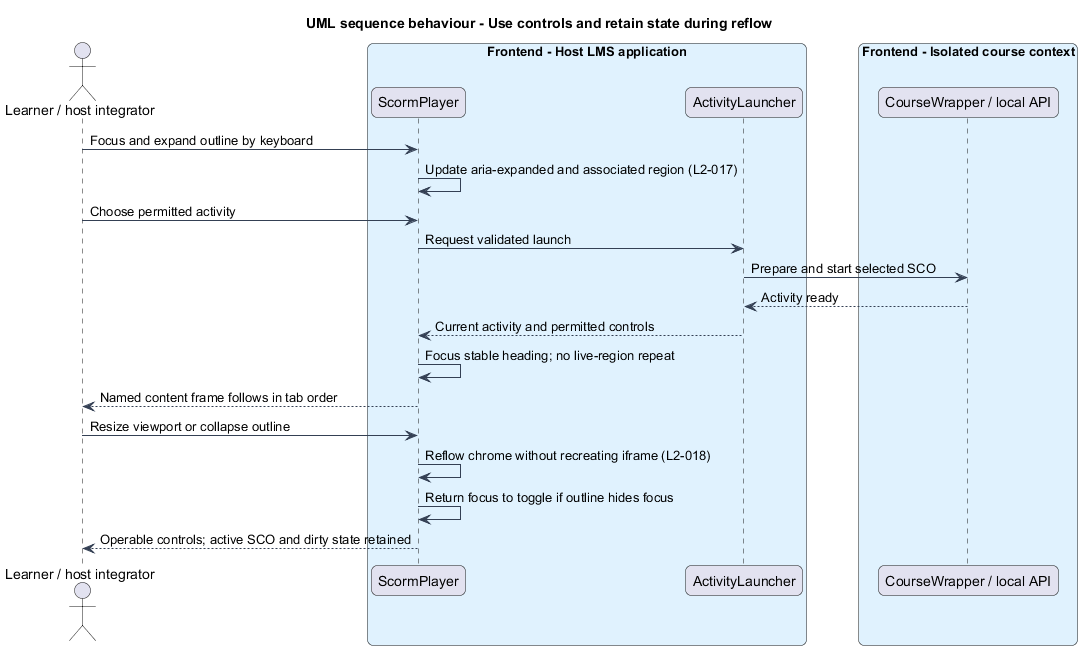
This is docs/detailed-designs/scorm-player/operate-player/diagrams/sequence-keyboard.png from QuinntyneBrown/Tessera, a PlantUML export, as it was before one commit.
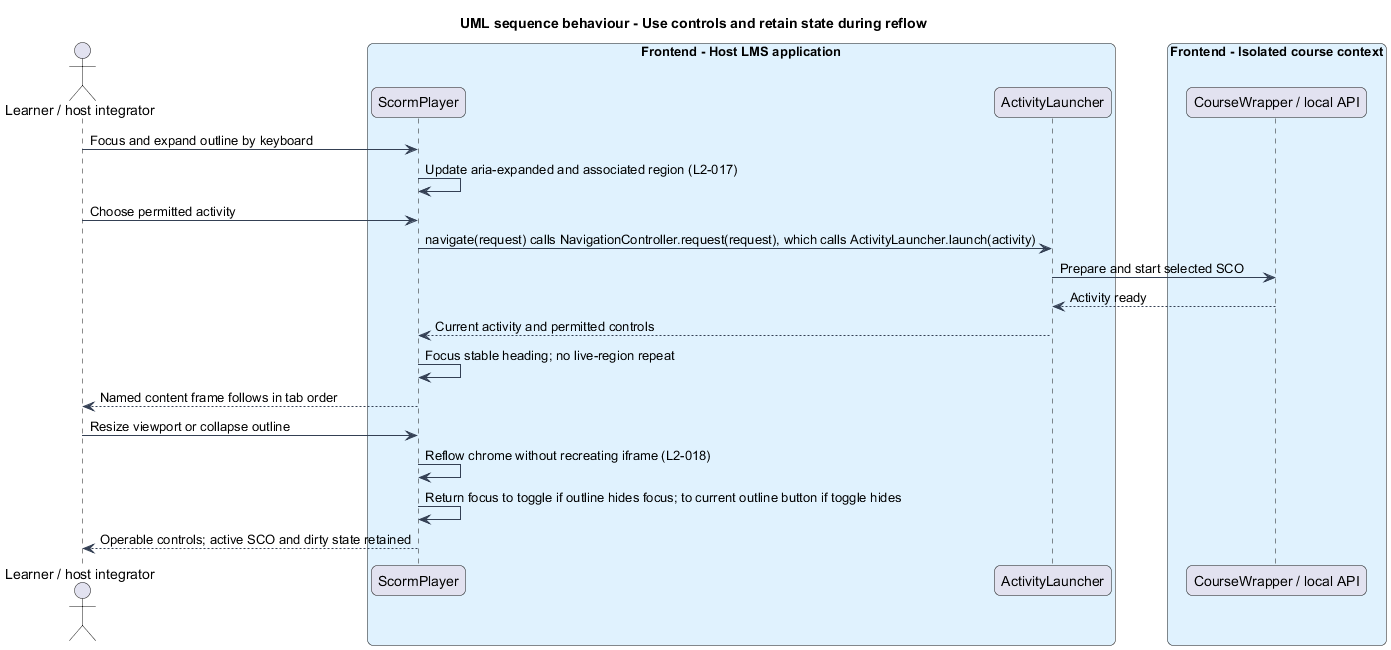
The same file after the commit.

Change to the diagram source:
```diff
@@ -26,7 +26,7 @@
 actor -> shell : Focus and expand outline by keyboard
 shell -> shell : Update aria-expanded and associated region (L2-017)
 actor -> shell : Choose permitted activity
-shell -> core : Request validated launch
+shell -> core : navigate(request) calls NavigationController.request(request), which calls ActivityLauncher.launch(activity)
 core -> wrapper : Prepare and start selected SCO
 wrapper --> core : Activity ready
 core --> shell : Current activity and permitted controls
@@ -34,6 +34,6 @@
 shell --> actor : Named content frame follows in tab order
 actor -> shell : Resize viewport or collapse outline
 shell -> shell : Reflow chrome without recreating iframe (L2-018)
-shell -> shell : Return focus to toggle if outline hides focus
+shell -> shell : Return focus to toggle if outline hides focus; to current outline button if toggle hides
 shell --> actor : Operable controls; active SCO and dirty state retained
 @enduml
```
